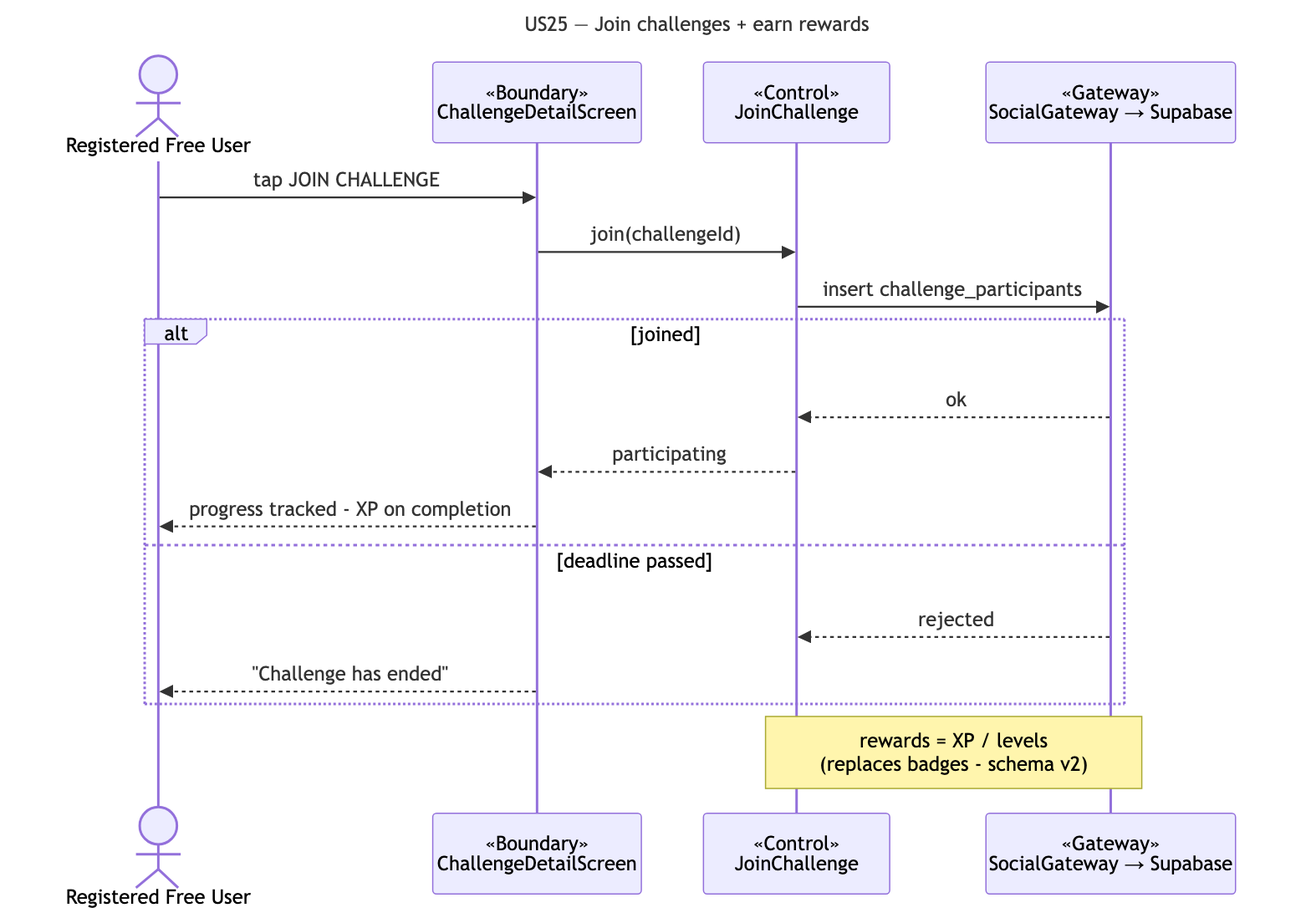
Before: docs/deliverables/sequence-diagrams/US25-challenges.png, a diagram exported from Mermaid (cyuanjun/FYP-26-S2-37-app). Its source is kept beside it as docs/deliverables/sequence-diagrams/src/US25-challenges.mmd.
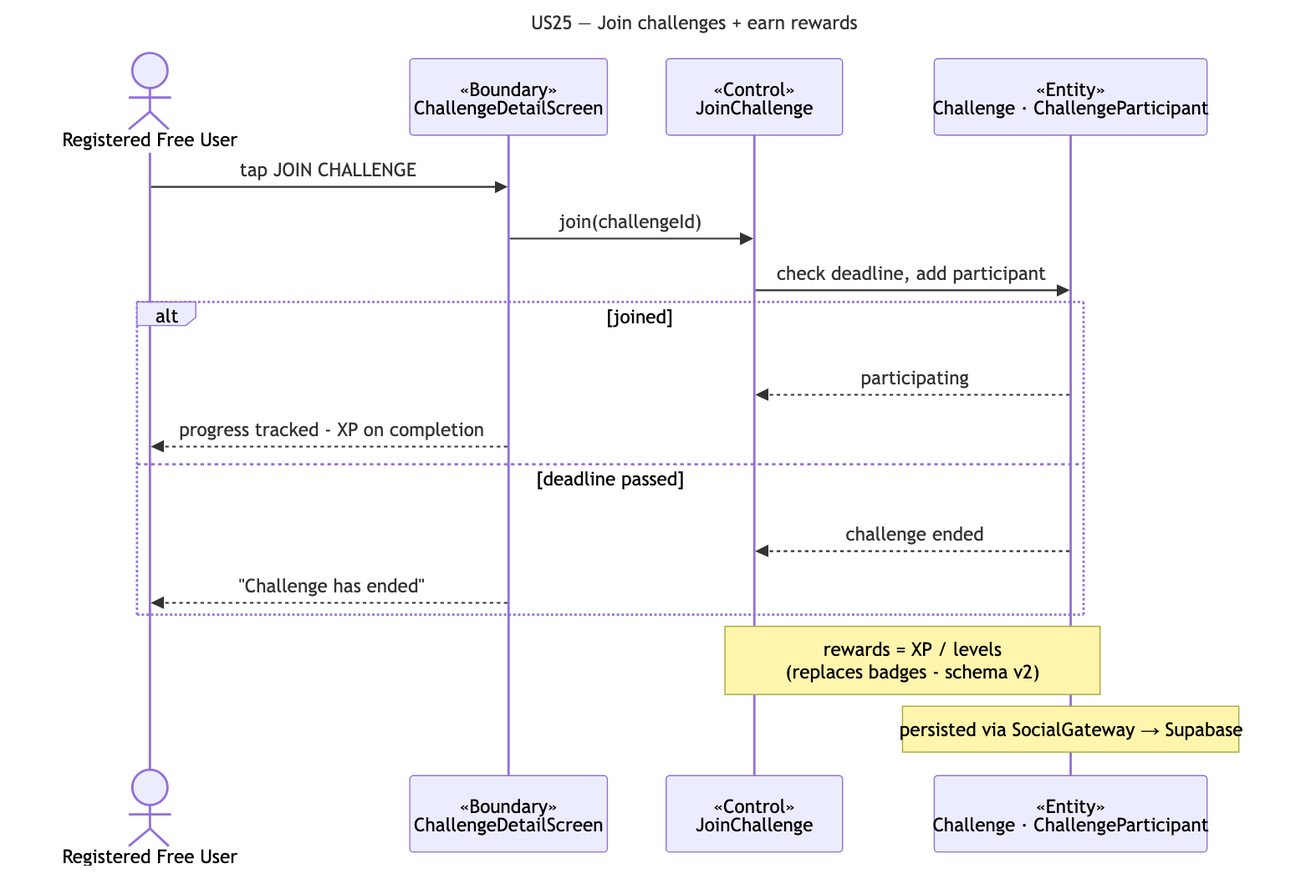
The same diagram one commit later.

The edit, as a diff of the source:
```diff
@@ -5,16 +5,16 @@
   actor A as Registered Free User
   participant B as «Boundary»<br/>ChallengeDetailScreen
   participant C as «Control»<br/>JoinChallenge
-  participant G as «Gateway»<br/>SocialGateway → Supabase
+  participant E as «Entity»<br/>Challenge · ChallengeParticipant
   A->>B: tap JOIN CHALLENGE
   B->>C: join(challengeId)
-  C->>G: insert challenge_participants
+  C->>E: check deadline, add participant
   alt joined
-    G-->>C: ok
-    C-->>B: participating
+    E-->>C: participating
     B-->>A: progress tracked - XP on completion
   else deadline passed
-    G-->>C: rejected
+    E-->>C: challenge ended
     B-->>A: "Challenge has ended"
   end
-  note over C,G: rewards = XP / levels<br/>(replaces badges - schema v2)
+  note over C,E: rewards = XP / levels<br/>(replaces badges - schema v2)
+  note over E: persisted via SocialGateway → Supabase
```
